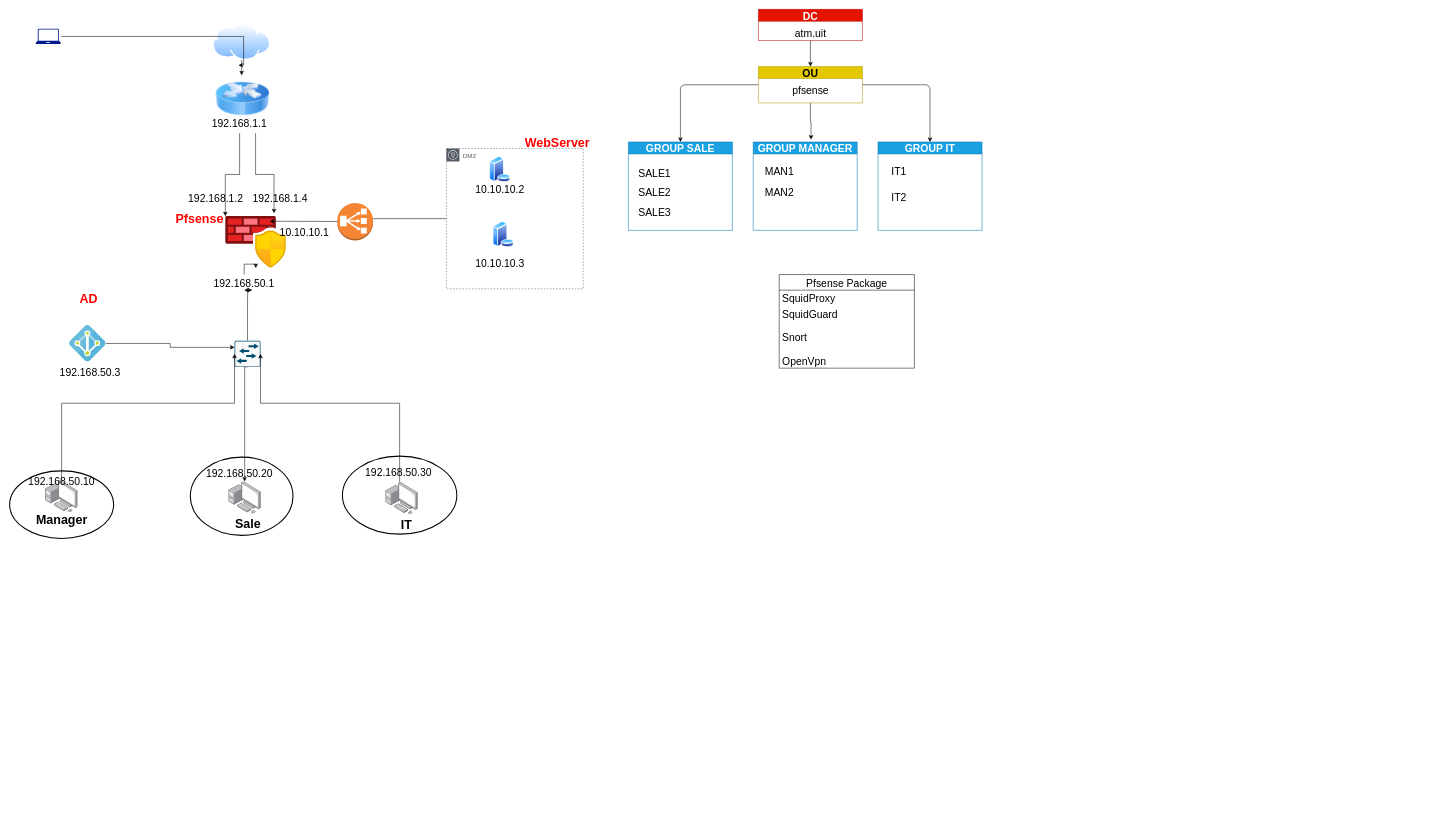
Earlier version of the draw.io diagram pfsense.drawio (LNOI/pfsense). Source tidied: cells renumbered, new cells numbered last; positions are measured from the earlier drawing's top-left corner, leaving out a move shared by most shapes. Both pictures are drawn from the tidied source at 52%, with x=0, y=0 at pixel (9, 9).
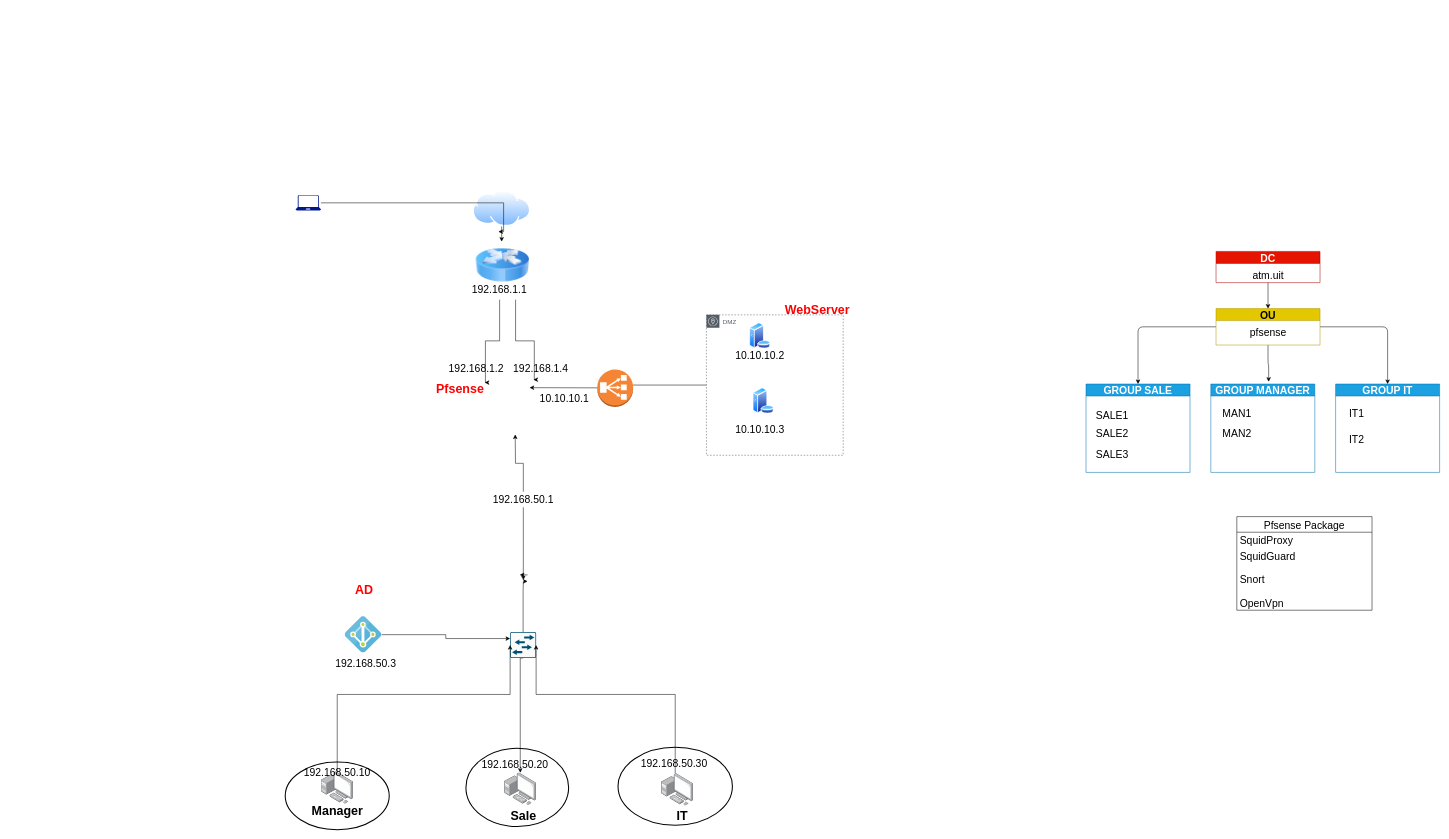
The same diagram, later.

The edit, as a diff of the source:
```diff
@@
     <mxCell id="2" style="strokeWidth=2;html=1;shape=mxgraph.flowchart.start_1;whiteSpace=wrap;rounded=0;sketch=0;fontSize=20;" parent="1" vertex="1">
-      <mxGeometry x="640" y="859.7" width="220" height="150" as="geometry" />
+      <mxGeometry x="1170" y="1419.7" width="220" height="150" as="geometry" />
     </mxCell>
     <mxCell id="3" style="strokeWidth=2;html=1;shape=mxgraph.flowchart.start_1;whiteSpace=wrap;rounded=0;sketch=0;fontSize=20;" parent="1" vertex="1">
-      <mxGeometry x="347.5" y="861.6" width="197.5" height="150.5" as="geometry" />
+      <mxGeometry x="877.5" y="1421.6" width="197.5" height="150.5" as="geometry" />
     </mxCell>
     <mxCell id="4" style="strokeWidth=2;html=1;shape=mxgraph.flowchart.start_1;whiteSpace=wrap;rounded=0;sketch=0;fontSize=20;" parent="1" vertex="1">
-      <mxGeometry y="888" width="200" height="130" as="geometry" />
+      <mxGeometry x="530" y="1448" width="200" height="130" as="geometry" />
     </mxCell>
     <mxCell id="5" style="edgeStyle=orthogonalEdgeStyle;rounded=0;jettySize=auto;html=1;" parent="1" edge="1" source="6" target="17">
       <mxGeometry relative="1" as="geometry">
         <Array as="points">
-          <mxPoint x="454.4" y="47.2" />
-          <mxPoint x="454.4" y="47.2" />
+          <mxPoint x="954.5" y="367.2" />
+          <mxPoint x="954.5" y="367.2" />
         </Array>
       </mxGeometry>
     </mxCell>
     <mxCell id="6" style="perimeter=ellipsePerimeter;html=1;align=center;shadow=0;dashed=0;spacingTop=3;image;image=img/lib/active_directory/internet_cloud.svg;" parent="1" vertex="1">
-      <mxGeometry x="390.7" y="28" width="111.1" height="70" as="geometry" />
+      <mxGeometry x="890.7" y="348" width="111.1" height="70" as="geometry" />
     </mxCell>
-    <mxCell id="7" style="html=1;points=[];align=center;image;fontSize=12;image=img/lib/azure2/networking/Azure_Firewall_Manager.svg;" parent="1" vertex="1">
-      <mxGeometry x="415" y="398" width="116.7" height="100" as="geometry" />
-    </mxCell>
     <mxCell id="8" style="points=[];html=1;align=center;shadow=0;dashed=0;image;image=img/lib/allied_telesis/computer_and_terminals/Personal_Computer_with_Server.svg;" parent="1" vertex="1">
-      <mxGeometry x="421.1" y="908.5" width="62.4" height="62.4" as="geometry" />
+      <mxGeometry x="951.1" y="1468.5" width="62.4" height="62.4" as="geometry" />
     </mxCell>
     <mxCell id="9" style="perimeter=ellipsePerimeter;html=1;align=center;shadow=0;dashed=0;spacingTop=3;image;image=img/lib/active_directory/database_server.svg;" parent="1" vertex="1">
-      <mxGeometry x="922.5" y="283" width="41" height="50" as="geometry" />
+      <mxGeometry x="1422.5" y="603" width="41" height="50" as="geometry" />
     </mxCell>
     <mxCell id="10" style="edgeStyle=orthogonalEdgeStyle;rounded=0;jettySize=auto;html=1;" parent="1" edge="1" source="11">
       <mxGeometry relative="1" as="geometry">
-        <mxPoint x="500" y="408" as="targetPoint" />
+        <mxPoint x="1000" y="728" as="targetPoint" />
       </mxGeometry>
     </mxCell>
     <mxCell id="11" value="DMZ" style="sketch=0;outlineConnect=0;gradientColor=none;html=1;whiteSpace=wrap;fontSize=12;fontStyle=0;shape=mxgraph.aws4.group;grIcon=mxgraph.aws4.group_availability_zone;strokeColor=#545B64;fillColor=none;verticalAlign=top;align=left;spacingLeft=30;fontColor=#545B64;dashed=1;" parent="1" vertex="1">
-      <mxGeometry x="840" y="268" width="263" height="270" as="geometry" />
+      <mxGeometry x="1340" y="588" width="263" height="270" as="geometry" />
     </mxCell>
-    <mxCell id="12" style="edgeStyle=orthogonalEdgeStyle;rounded=0;jettySize=auto;html=1;entryX=0.75;entryY=1;entryDx=0;entryDy=0;" parent="1" edge="1" source="14" target="31">
+    <mxCell id="12" style="edgeStyle=orthogonalEdgeStyle;rounded=0;jettySize=auto;html=1;entryX=0.75;entryY=1;entryDx=0;entryDy=0;" parent="1" edge="1" source="14">
       <mxGeometry relative="1" as="geometry">
+        <mxPoint x="996.1" y="1100.5" as="targetPoint" />
         <Array as="points">
-          <mxPoint x="458" y="558" />
-          <mxPoint x="458" y="558" />
+          <mxPoint x="988" y="1118" />
+          <mxPoint x="988" y="1118" />
         </Array>
       </mxGeometry>
     </mxCell>
     <mxCell id="13" style="edgeStyle=orthogonalEdgeStyle;rounded=0;jettySize=auto;html=1;exitX=0.5;exitY=1;exitDx=0;exitDy=0;exitPerimeter=0;" parent="1" edge="1" source="14" target="8">
       <mxGeometry relative="1" as="geometry">
         <Array as="points">
-          <mxPoint x="452" y="688" />
+          <mxPoint x="982" y="1248" />
         </Array>
       </mxGeometry>
     </mxCell>
     <mxCell id="14" style="sketch=0;points=[[0.015,0.015,0],[0.985,0.015,0],[0.985,0.985,0],[0.015,0.985,0],[0.25,0,0],[0.5,0,0],[0.75,0,0],[1,0.25,0],[1,0.5,0],[1,0.75,0],[0.75,1,0],[0.5,1,0],[0.25,1,0],[0,0.75,0],[0,0.5,0],[0,0.25,0]];verticalLabelPosition=bottom;html=1;verticalAlign=top;align=center;shape=mxgraph.cisco19.rect;prIcon=l2_switch;fillColor=#FAFAFA;strokeColor=#005073;" parent="1" vertex="1">
-      <mxGeometry x="432.5" y="638" width="50" height="50" as="geometry" />
+      <mxGeometry x="962.5" y="1198" width="50" height="50" as="geometry" />
     </mxCell>
@@
     <mxCell id="16" style="sketch=0;html=1;points=[];align=center;image;fontSize=12;image=img/lib/mscae/Active_Directory.svg;" parent="1" vertex="1">
-      <mxGeometry x="115" y="608" width="70" height="70" as="geometry" />
+      <mxGeometry x="645" y="1168" width="70" height="70" as="geometry" />
     </mxCell>
     <mxCell id="17" style="image;html=1;image=img/lib/clip_art/networking/Router_Icon_128x128.png;" parent="1" vertex="1">
-      <mxGeometry x="396.3" y="127.2" width="103" height="90.8" as="geometry" />
+      <mxGeometry x="896.3" y="447.2" width="103" height="90.8" as="geometry" />
     </mxCell>
     <mxCell id="18" style="edgeStyle=orthogonalEdgeStyle;rounded=0;jettySize=auto;html=1;" parent="1" edge="1" source="19">
       <mxGeometry relative="1" as="geometry">
-        <mxPoint x="440" y="108" as="targetPoint" />
+        <mxPoint x="940" y="428" as="targetPoint" />
         <Array as="points">
-          <mxPoint x="450" y="53" />
-          <mxPoint x="450" y="108" />
+          <mxPoint x="950" y="373" />
+          <mxPoint x="950" y="428" />
         </Array>
       </mxGeometry>
     </mxCell>
     <mxCell id="19" style="sketch=0;shadow=0;dashed=0;html=1;strokeColor=none;labelPosition=center;verticalLabelPosition=bottom;verticalAlign=top;align=center;fillColor=#00188D;shape=mxgraph.azure.laptop;" parent="1" vertex="1">
-      <mxGeometry x="50" y="38" width="48.8" height="29.2" as="geometry" />
+      <mxGeometry x="550" y="358" width="48.8" height="29.2" as="geometry" />
     </mxCell>
     <mxCell id="20" style="edgeStyle=orthogonalEdgeStyle;rounded=0;jettySize=auto;html=1;entryX=1;entryY=0.5;entryDx=0;entryDy=0;entryPerimeter=0;" parent="1" edge="1" source="21" target="14">
       <mxGeometry relative="1" as="geometry">
         <Array as="points">
-          <mxPoint x="750" y="758" />
-          <mxPoint x="483" y="758" />
+          <mxPoint x="1280" y="1318" />
+          <mxPoint x="1013" y="1318" />
         </Array>
       </mxGeometry>
     </mxCell>
     <mxCell id="21" style="points=[];html=1;align=center;shadow=0;dashed=0;image;image=img/lib/allied_telesis/computer_and_terminals/Personal_Computer_with_Server.svg;" parent="1" vertex="1">
-      <mxGeometry x="723" y="909.7" width="62.4" height="62.4" as="geometry" />
+      <mxGeometry x="1253" y="1469.7" width="62.4" height="62.4" as="geometry" />
     </mxCell>
     <mxCell id="22" style="edgeStyle=orthogonalEdgeStyle;rounded=0;jettySize=auto;html=1;entryX=0;entryY=0.5;entryDx=0;entryDy=0;entryPerimeter=0;" parent="1" edge="1" source="23" target="14">
       <mxGeometry relative="1" as="geometry">
         <Array as="points">
-          <mxPoint x="100" y="758" />
-          <mxPoint x="433" y="758" />
+          <mxPoint x="630" y="1318" />
+          <mxPoint x="963" y="1318" />
         </Array>
       </mxGeometry>
     </mxCell>
     <mxCell id="23" style="points=[];html=1;align=center;shadow=0;dashed=0;image;image=img/lib/allied_telesis/computer_and_terminals/Personal_Computer_with_Server.svg;" parent="1" vertex="1">
-      <mxGeometry x="68.8" y="906.1" width="62.4" height="62.4" as="geometry" />
+      <mxGeometry x="598.8" y="1466.1" width="62.4" height="62.4" as="geometry" />
     </mxCell>
     <mxCell id="24" value="AD&amp;nbsp;" style="text;strokeColor=none;fillColor=none;html=1;fontSize=24;fontStyle=1;verticalAlign=middle;align=center;fontColor=#FF0000;" parent="1" vertex="1">
-      <mxGeometry x="120" y="538" width="70" height="40" as="geometry" />
+      <mxGeometry x="650" y="1098" width="70" height="40" as="geometry" />
     </mxCell>
     <mxCell id="25" value="Pfsense" style="text;strokeColor=none;fillColor=none;html=1;fontSize=24;fontStyle=1;verticalAlign=middle;align=center;fontColor=#FF0000;" parent="1" vertex="1">
-      <mxGeometry x="315" y="383" width="100" height="40" as="geometry" />
+      <mxGeometry x="816.2" y="710.5" width="100" height="40" as="geometry" />
     </mxCell>
     <mxCell id="26" value="WebServer" style="text;strokeColor=none;fillColor=none;html=1;fontSize=24;fontStyle=1;verticalAlign=middle;align=center;fontColor=#FF0000;" parent="1" vertex="1">
-      <mxGeometry x="1003" y="238" width="100" height="40" as="geometry" />
+      <mxGeometry x="1503" y="558" width="100" height="40" as="geometry" />
     </mxCell>
     <mxCell id="27" value="Manager" style="text;strokeColor=none;fillColor=none;html=1;fontSize=24;fontStyle=1;verticalAlign=middle;align=center;rounded=0;sketch=0;" parent="1" vertex="1">
-      <mxGeometry x="50" y="962.3" width="100" height="40" as="geometry" />
+      <mxGeometry x="580" y="1522.3" width="100" height="40" as="geometry" />
     </mxCell>
     <mxCell id="28" value="Sale" style="text;strokeColor=none;fillColor=none;html=1;fontSize=24;fontStyle=1;verticalAlign=middle;align=center;rounded=0;sketch=0;" parent="1" vertex="1">
-      <mxGeometry x="407.9" y="970.9" width="100" height="40" as="geometry" />
+      <mxGeometry x="937.9" y="1530.9" width="100" height="40" as="geometry" />
     </mxCell>
     <mxCell id="29" value="IT" style="text;strokeColor=none;fillColor=none;html=1;fontSize=24;fontStyle=1;verticalAlign=middle;align=center;rounded=0;sketch=0;" parent="1" vertex="1">
-      <mxGeometry x="713" y="972.1" width="100" height="40" as="geometry" />
+      <mxGeometry x="1243" y="1532.1" width="100" height="40" as="geometry" />
     </mxCell>
-    <mxCell id="30" style="edgeStyle=orthogonalEdgeStyle;rounded=0;jettySize=auto;html=1;" parent="1" edge="1" source="31" target="7">
-      <mxGeometry relative="1" as="geometry" />
+    <mxCell id="30" style="edgeStyle=orthogonalEdgeStyle;rounded=0;jettySize=auto;html=1;" parent="1" edge="1" source="31">
+      <mxGeometry relative="1" as="geometry">
+        <mxPoint x="972.3" y="818" as="targetPoint" />
+      </mxGeometry>
     </mxCell>
+    <mxCell id="71" style="edgeStyle=orthogonalEdgeStyle;rounded=0;jettySize=auto;html=1;" parent="1" edge="1" source="31">
+      <mxGeometry relative="1" as="geometry">
+        <mxPoint x="987.9" y="1098" as="targetPoint" />
+      </mxGeometry>
+    </mxCell>
     <mxCell id="31" value="192.168.50.1" style="text;html=1;strokeColor=none;fillColor=none;align=center;verticalAlign=middle;whiteSpace=wrap;rounded=0;sketch=0;fontSize=20;" parent="1" vertex="1">
-      <mxGeometry x="421.1" y="510.5" width="60" height="30" as="geometry" />
+      <mxGeometry x="957.9" y="928" width="60" height="30" as="geometry" />
     </mxCell>
     <mxCell id="32" value="192.168.1.4" style="text;html=1;strokeColor=none;fillColor=none;align=center;verticalAlign=middle;whiteSpace=wrap;rounded=0;sketch=0;fontSize=20;" parent="1" vertex="1">
-      <mxGeometry x="483.5" y="343" width="72.5" height="40" as="geometry" />
+      <mxGeometry x="984.8" y="670.5" width="72.5" height="40" as="geometry" />
     </mxCell>
     <mxCell id="33" value="10.10.10.1" style="text;html=1;strokeColor=none;fillColor=none;align=center;verticalAlign=middle;whiteSpace=wrap;rounded=0;sketch=0;fontSize=20;" parent="1" vertex="1">
-      <mxGeometry x="531.7" y="408" width="70" height="40" as="geometry" />
+      <mxGeometry x="1031.7" y="728" width="70" height="40" as="geometry" />
     </mxCell>
     <mxCell id="34" value="10.10.10.2" style="text;html=1;strokeColor=none;fillColor=none;align=center;verticalAlign=middle;whiteSpace=wrap;rounded=0;sketch=0;fontSize=20;" parent="1" vertex="1">
-      <mxGeometry x="908" y="318" width="70" height="55" as="geometry" />
+      <mxGeometry x="1408" y="638" width="70" height="55" as="geometry" />
     </mxCell>
     <mxCell id="35" value="192.168.50.3&lt;br&gt;" style="text;html=1;strokeColor=none;fillColor=none;align=center;verticalAlign=middle;whiteSpace=wrap;rounded=0;sketch=0;fontSize=20;" parent="1" vertex="1">
-      <mxGeometry x="70" y="668" width="170" height="60" as="geometry" />
+      <mxGeometry x="600" y="1228" width="170" height="60" as="geometry" />
     </mxCell>
     <mxCell id="36" value="192.168.50.10&lt;span style=&quot;color: rgba(0 , 0 , 0 , 0) ; font-family: monospace ; font-size: 0px&quot;&gt;3CmxGraphModel%3E%3Croot%3E%3CmxCell%20id%3D%220%22%2F%3E%3CmxCell%20id%3D%221%22%20parent%3D%220%22%2F%3E%3CmxCell%20id%3D%222%22%20value%3D%22192.168.50.3%26lt%3Bbr%26gt%3B%22%20style%3D%22text%3Bhtml%3D1%3BstrokeColor%3Dnone%3BfillColor%3Dnone%3Balign%3Dcenter%3BverticalAlign%3Dmiddle%3BwhiteSpace%3Dwrap%3Brounded%3D0%3Bsketch%3D0%3BfontSize%3D20%3B%22%20vertex%3D%221%22%20parent%3D%221%22%3E%3CmxGeometry%20x%3D%22330%22%20y%3D%22590%22%20width%3D%22170%22%20height%3D%2260%22%20as%3D%22geometry%22%2F%3E%3C%2FmxCell%3E%3C%2Froot%3E%3C%2FmxGraphModel%3E&lt;/span&gt;" style="text;html=1;strokeColor=none;fillColor=none;align=center;verticalAlign=middle;whiteSpace=wrap;rounded=0;sketch=0;fontSize=20;" parent="1" vertex="1">
-      <mxGeometry x="15" y="878" width="170" height="60" as="geometry" />
+      <mxGeometry x="545" y="1438" width="170" height="60" as="geometry" />
     </mxCell>
     <mxCell id="37" value="192.168.50.20&lt;br&gt;" style="text;html=1;strokeColor=none;fillColor=none;align=center;verticalAlign=middle;whiteSpace=wrap;rounded=0;sketch=0;fontSize=20;" parent="1" vertex="1">
-      <mxGeometry x="357.2" y="862.3" width="170" height="60" as="geometry" />
+      <mxGeometry x="887.2" y="1422.3" width="170" height="60" as="geometry" />
     </mxCell>
     <mxCell id="38" value="192.168.50.30" style="text;html=1;strokeColor=none;fillColor=none;align=center;verticalAlign=middle;whiteSpace=wrap;rounded=0;sketch=0;fontSize=20;" parent="1" vertex="1">
-      <mxGeometry x="663" y="859.7" width="170" height="60" as="geometry" />
+      <mxGeometry x="1193" y="1419.7" width="170" height="60" as="geometry" />
     </mxCell>
-    <mxCell id="39" style="edgeStyle=orthogonalEdgeStyle;rounded=0;jettySize=auto;html=1;entryX=0.801;entryY=-0.054;entryDx=0;entryDy=0;entryPerimeter=0;" parent="1" edge="1" source="41" target="7">
+    <mxCell id="39" style="edgeStyle=orthogonalEdgeStyle;rounded=0;jettySize=auto;html=1;entryX=0.801;entryY=-0.054;entryDx=0;entryDy=0;entryPerimeter=0;" parent="1" edge="1" source="41">
       <mxGeometry relative="1" as="geometry">
+        <mxPoint x="1007.4" y="712.6" as="targetPoint" />
         <Array as="points">
-          <mxPoint x="473" y="318" />
-          <mxPoint x="509" y="318" />
+          <mxPoint x="973" y="638" />
+          <mxPoint x="1009" y="638" />
         </Array>
       </mxGeometry>
     </mxCell>
-    <mxCell id="40" style="edgeStyle=orthogonalEdgeStyle;rounded=0;jettySize=auto;html=1;entryX=-0.002;entryY=0.002;entryDx=0;entryDy=0;entryPerimeter=0;" parent="1" edge="1" source="41" target="7">
+    <mxCell id="40" style="edgeStyle=orthogonalEdgeStyle;rounded=0;jettySize=auto;html=1;entryX=-0.002;entryY=0.002;entryDx=0;entryDy=0;entryPerimeter=0;" parent="1" edge="1" source="41">
       <mxGeometry relative="1" as="geometry">
+        <mxPoint x="913.7" y="718.2" as="targetPoint" />
         <Array as="points">
-          <mxPoint x="442" y="318" />
-          <mxPoint x="415" y="318" />
+          <mxPoint x="942" y="638" />
+          <mxPoint x="915" y="638" />
         </Array>
       </mxGeometry>
     </mxCell>
     <mxCell id="41" value="192.168.1.1" style="text;html=1;strokeColor=none;fillColor=none;align=center;verticalAlign=middle;whiteSpace=wrap;rounded=0;sketch=0;fontSize=20;" parent="1" vertex="1">
-      <mxGeometry x="377.3" y="198.8" width="129.9" height="40" as="geometry" />
+      <mxGeometry x="877.3" y="518.8" width="129.9" height="40" as="geometry" />
     </mxCell>
     <mxCell id="42" value="DC" style="swimlane;rounded=0;sketch=0;fontSize=20;fillColor=#e51400;strokeColor=#B20000;fontColor=#ffffff;" parent="1" vertex="1">
-      <mxGeometry x="1440" y="0.5" width="200" height="60" as="geometry" />
+      <mxGeometry x="2320" y="466" width="200" height="60" as="geometry" />
     </mxCell>
@@
     <mxCell id="47" value="OU" style="swimlane;rounded=0;sketch=0;fontSize=20;fillColor=#e3c800;strokeColor=#B09500;fontColor=#000000;" parent="1" vertex="1">
-      <mxGeometry x="1440" y="110.5" width="200" height="70" as="geometry" />
+      <mxGeometry x="2320" y="576" width="200" height="70" as="geometry" />
     </mxCell>
@@
     <mxCell id="50" value="GROUP SALE" style="swimlane;rounded=0;sketch=0;fontSize=20;fillColor=#1ba1e2;fontColor=#ffffff;strokeColor=#006EAF;" parent="1" vertex="1">
-      <mxGeometry x="1190" y="255.5" width="200" height="170" as="geometry" />
+      <mxGeometry x="2070" y="721" width="200" height="170" as="geometry" />
     </mxCell>
@@
     <mxCell id="54" value="GROUP MANAGER" style="swimlane;rounded=0;sketch=0;fontSize=20;fillColor=#1ba1e2;fontColor=#ffffff;strokeColor=#006EAF;" parent="1" vertex="1">
-      <mxGeometry x="1430" y="255.5" width="200" height="170" as="geometry" />
+      <mxGeometry x="2310" y="721" width="200" height="170" as="geometry" />
     </mxCell>
@@
     <mxCell id="57" value="GROUP IT" style="swimlane;rounded=0;sketch=0;fontSize=20;fillColor=#1ba1e2;fontColor=#ffffff;strokeColor=#006EAF;" parent="1" vertex="1">
-      <mxGeometry x="1670" y="255.5" width="200" height="170" as="geometry" />
+      <mxGeometry x="2550" y="721" width="200" height="170" as="geometry" />
     </mxCell>
@@
     <mxCell id="60" value="Pfsense Package" style="swimlane;fontStyle=0;horizontal=1;startSize=30;rounded=0;sketch=0;fontSize=20;" parent="1" vertex="1">
-      <mxGeometry x="1480" y="510.5" width="260" height="180" as="geometry" />
+      <mxGeometry x="2360" y="976" width="260" height="180" as="geometry" />
     </mxCell>
@@
-    <mxCell id="65" style="edgeStyle=orthogonalEdgeStyle;rounded=0;orthogonalLoop=1;jettySize=auto;html=1;exitX=0.75;exitY=1;exitDx=0;exitDy=0;entryX=0.5;entryY=1;entryDx=0;entryDy=0;" parent="1" edge="1" source="31" target="31">
-      <mxGeometry relative="1" as="geometry" />
+    <mxCell id="65" style="edgeStyle=orthogonalEdgeStyle;rounded=0;orthogonalLoop=1;jettySize=auto;html=1;exitX=0.75;exitY=1;exitDx=0;exitDy=0;entryX=0.5;entryY=1;entryDx=0;entryDy=0;" parent="1" edge="1">
+      <mxGeometry relative="1" as="geometry">
+        <mxPoint x="996.1" y="1088" as="sourcePoint" />
+        <mxPoint x="981.1" y="1088" as="targetPoint" />
+      </mxGeometry>
     </mxCell>
@@
     <mxCell id="67" style="perimeter=ellipsePerimeter;html=1;align=center;shadow=0;dashed=0;spacingTop=3;image;image=img/lib/active_directory/database_server.svg;" parent="1" vertex="1">
-      <mxGeometry x="929" y="408" width="41" height="50" as="geometry" />
+      <mxGeometry x="1429" y="728" width="41" height="50" as="geometry" />
     </mxCell>
     <mxCell id="68" value="10.10.10.3" style="text;html=1;strokeColor=none;fillColor=none;align=center;verticalAlign=middle;whiteSpace=wrap;rounded=0;sketch=0;fontSize=20;" parent="1" vertex="1">
-      <mxGeometry x="908" y="458" width="70" height="60" as="geometry" />
+      <mxGeometry x="1408" y="778" width="70" height="60" as="geometry" />
     </mxCell>
     <mxCell id="69" style="dashed=0;verticalLabelPosition=bottom;verticalAlign=top;align=center;html=1;shape=mxgraph.aws3.classic_load_balancer;fillColor=#F58534;gradientColor=none;" parent="1" vertex="1">
-      <mxGeometry x="630" y="373" width="69" height="72" as="geometry" />
+      <mxGeometry x="1130" y="693" width="69" height="72" as="geometry" />
     </mxCell>
     <mxCell id="70" value="192.168.1.2" style="text;html=1;strokeColor=none;fillColor=none;align=center;verticalAlign=middle;whiteSpace=wrap;rounded=0;sketch=0;fontSize=20;" parent="1" vertex="1">
-      <mxGeometry x="360" y="343" width="72.5" height="40" as="geometry" />
+      <mxGeometry x="861.2" y="670.5" width="72.5" height="40" as="geometry" />
     </mxCell>
```
